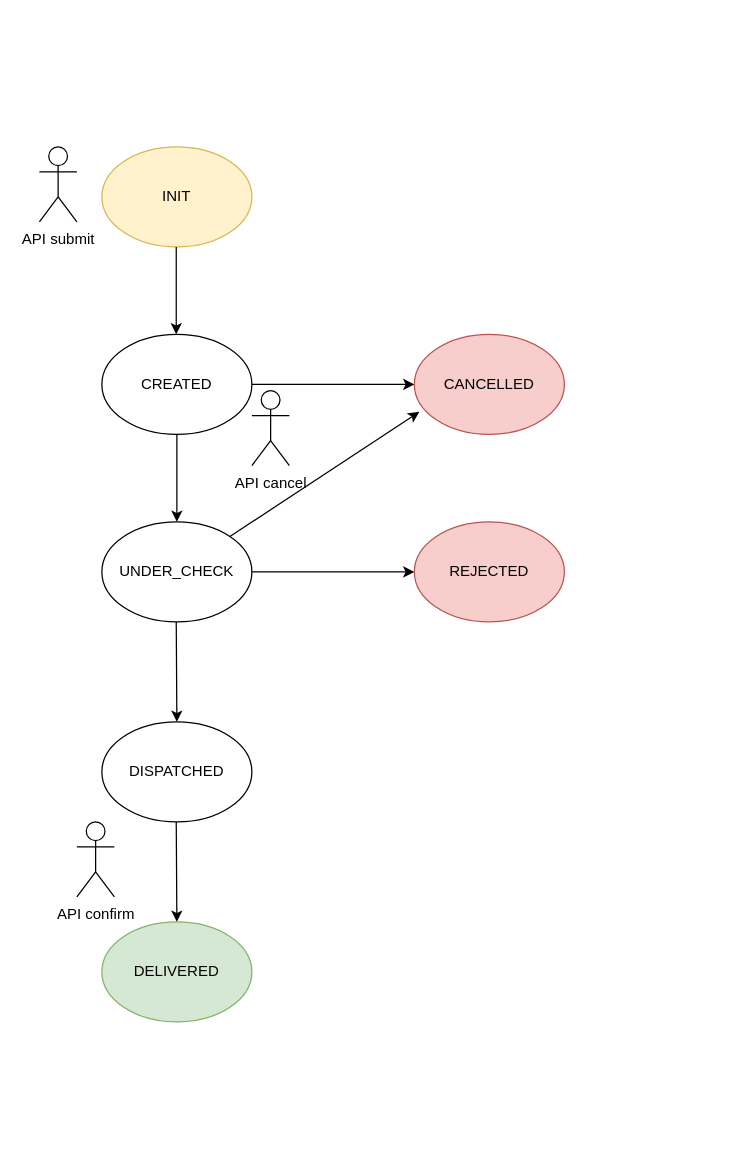
This is order_statedrawio.drawio from dcharilas-kc/spring-statemachine-demo, a draw.io file, before an edit. Source tidied: cells renumbered, new cells numbered last; positions are measured from the earlier drawing's top-left corner, leaving out a move shared by most shapes. Both pictures are drawn from the tidied source at 125%, with x=0, y=0 at pixel (39, 146).
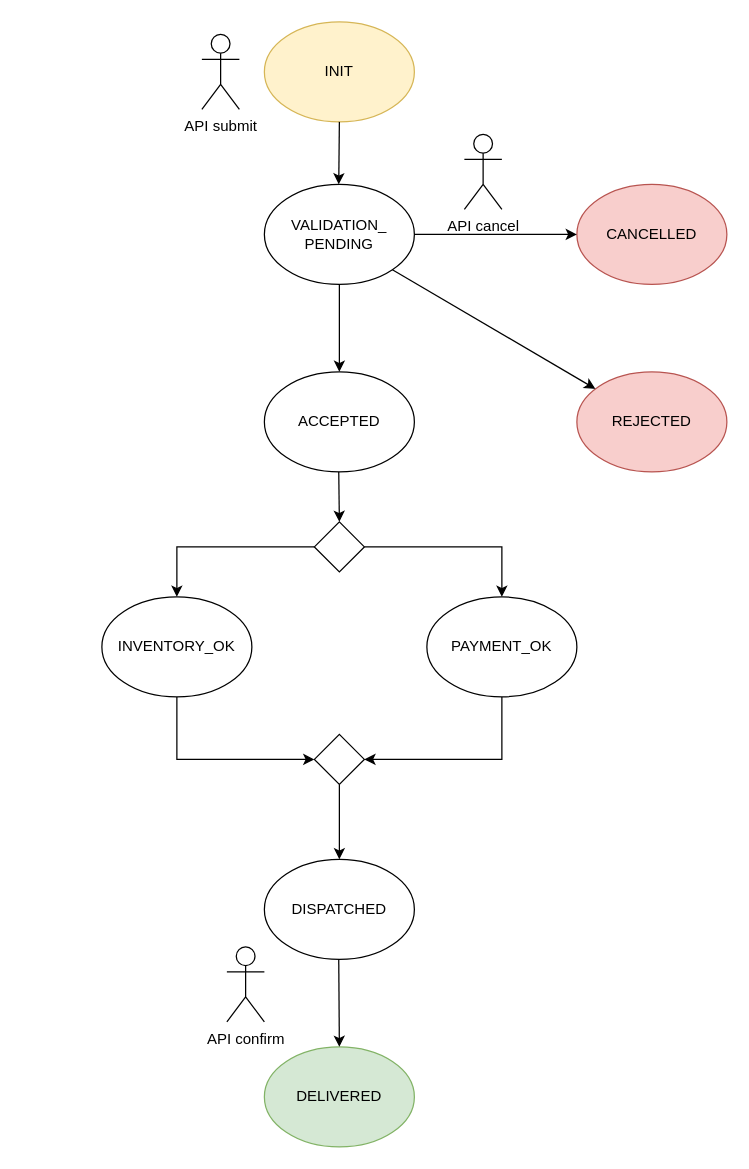
The same diagram, later.

Commit message (it also covers changes not shown here):
Updates readme & state diagram. Updates retry configuration.

Diff of the diagram source:
```diff
@@
-    <mxCell id="2" value="CREATED" style="ellipse;whiteSpace=wrap;html=1;" parent="1" vertex="1">
-      <mxGeometry x="50" y="150" width="120" height="80" as="geometry" />
-    </mxCell>
-    <mxCell id="3" value="UNDER_CHECK" style="ellipse;whiteSpace=wrap;html=1;" parent="1" vertex="1">
-      <mxGeometry x="50" y="300" width="120" height="80" as="geometry" />
-    </mxCell>
+    <mxCell id="19" value="VALIDATION_ PENDING" style="ellipse;whiteSpace=wrap;html=1;" parent="1" vertex="1">
+      <mxGeometry x="180" y="30" width="120" height="80" as="geometry" />
+    </mxCell>
     <mxCell id="4" value="DISPATCHED" style="ellipse;whiteSpace=wrap;html=1;" parent="1" vertex="1">
-      <mxGeometry x="50" y="460" width="120" height="80" as="geometry" />
+      <mxGeometry x="180" y="570" width="120" height="80" as="geometry" />
     </mxCell>
     <mxCell id="5" value="CANCELLED" style="ellipse;whiteSpace=wrap;html=1;fillColor=#f8cecc;strokeColor=#b85450;" parent="1" vertex="1">
-      <mxGeometry x="300" y="150" width="120" height="80" as="geometry" />
+      <mxGeometry x="430" y="30" width="120" height="80" as="geometry" />
     </mxCell>
     <mxCell id="6" value="REJECTED" style="ellipse;whiteSpace=wrap;html=1;fillColor=#f8cecc;strokeColor=#b85450;" parent="1" vertex="1">
-      <mxGeometry x="300" y="300" width="120" height="80" as="geometry" />
+      <mxGeometry x="430" y="180" width="120" height="80" as="geometry" />
     </mxCell>
     <mxCell id="7" value="DELIVERED" style="ellipse;whiteSpace=wrap;html=1;fillColor=#d5e8d4;strokeColor=#82b366;" parent="1" vertex="1">
-      <mxGeometry x="50" y="620" width="120" height="80" as="geometry" />
+      <mxGeometry x="180" y="720" width="120" height="80" as="geometry" />
     </mxCell>
-    <mxCell id="8" style="endArrow=classic;html=1;rounded=0;exitX=0.5;exitY=1;exitDx=0;exitDy=0;" parent="1" edge="1" source="2" target="3">
-      <mxGeometry relative="1" as="geometry" />
-    </mxCell>
-    <mxCell id="9" style="endArrow=classic;html=1;rounded=0;exitX=0.5;exitY=1;exitDx=0;exitDy=0;entryX=0.5;entryY=0;entryDx=0;entryDy=0;" parent="1" edge="1" target="4">
-      <mxGeometry relative="1" as="geometry">
-        <mxPoint x="109.5" y="380" as="sourcePoint" />
-      </mxGeometry>
-    </mxCell>
-    <mxCell id="10" style="endArrow=classic;html=1;rounded=0;exitX=0.5;exitY=1;exitDx=0;exitDy=0;entryX=0.5;entryY=0;entryDx=0;entryDy=0;" parent="1" edge="1" target="7">
-      <mxGeometry relative="1" as="geometry">
-        <mxPoint x="109.5" y="540" as="sourcePoint" />
-      </mxGeometry>
-    </mxCell>
-    <mxCell id="11" style="endArrow=classic;html=1;rounded=0;exitX=1;exitY=0.5;exitDx=0;exitDy=0;entryX=0;entryY=0.5;entryDx=0;entryDy=0;" parent="1" edge="1" source="3" target="6">
-      <mxGeometry relative="1" as="geometry" />
-    </mxCell>
-    <mxCell id="12" style="endArrow=classic;html=1;rounded=0;exitX=1;exitY=0.5;exitDx=0;exitDy=0;entryX=0;entryY=0.5;entryDx=0;entryDy=0;" parent="1" edge="1" source="2" target="5">
-      <mxGeometry relative="1" as="geometry" />
-    </mxCell>
-    <mxCell id="13" style="endArrow=classic;html=1;rounded=0;exitX=1;exitY=0;exitDx=0;exitDy=0;entryX=0.033;entryY=0.775;entryDx=0;entryDy=0;entryPerimeter=0;" parent="1" edge="1" source="3" target="5">
-      <mxGeometry relative="1" as="geometry" />
-    </mxCell>
-    <mxCell id="14" value="API submit" style="shape=umlActor;verticalLabelPosition=bottom;verticalAlign=top;html=1;" parent="1" vertex="1">
-      <mxGeometry width="30" height="60" as="geometry" />
-    </mxCell>
+    <mxCell id="20" style="endArrow=classic;html=1;rounded=0;exitX=0.5;exitY=1;exitDx=0;exitDy=0;" parent="1" edge="1" source="19">
+      <mxGeometry relative="1" as="geometry">
+        <mxPoint x="240" y="180" as="targetPoint" />
+      </mxGeometry>
+    </mxCell>
+    <mxCell id="21" style="endArrow=classic;html=1;rounded=0;exitX=0.5;exitY=1;exitDx=0;exitDy=0;entryX=0.5;entryY=0;entryDx=0;entryDy=0;" parent="1" edge="1" target="7">
+      <mxGeometry relative="1" as="geometry">
+        <mxPoint x="239.5" y="650" as="sourcePoint" />
+      </mxGeometry>
+    </mxCell>
+    <mxCell id="22" style="endArrow=classic;html=1;rounded=0;exitX=1;exitY=1;exitDx=0;exitDy=0;" parent="1" edge="1" source="19" target="6">
+      <mxGeometry relative="1" as="geometry" />
+    </mxCell>
+    <mxCell id="23" style="endArrow=classic;html=1;rounded=0;exitX=1;exitY=0.5;exitDx=0;exitDy=0;entryX=0;entryY=0.5;entryDx=0;entryDy=0;" parent="1" edge="1" source="19" target="5">
+      <mxGeometry relative="1" as="geometry" />
+    </mxCell>
     <mxCell id="15" value="API confirm" style="shape=umlActor;verticalLabelPosition=bottom;verticalAlign=top;html=1;" parent="1" vertex="1">
-      <mxGeometry x="30" y="540" width="30" height="60" as="geometry" />
+      <mxGeometry x="150" y="640" width="30" height="60" as="geometry" />
     </mxCell>
     <mxCell id="16" value="API cancel" style="shape=umlActor;verticalLabelPosition=bottom;verticalAlign=top;html=1;" parent="1" vertex="1">
-      <mxGeometry x="170" y="195" width="30" height="60" as="geometry" />
+      <mxGeometry x="340" y="-10" width="30" height="60" as="geometry" />
     </mxCell>
+    <mxCell id="24" style="rhombus;whiteSpace=wrap;html=1;" parent="1" vertex="1">
+      <mxGeometry x="220" y="300" width="40" height="40" as="geometry" />
+    </mxCell>
+    <mxCell id="25" value="PAYMENT_OK" style="ellipse;whiteSpace=wrap;html=1;" parent="1" vertex="1">
+      <mxGeometry x="310" y="360" width="120" height="80" as="geometry" />
+    </mxCell>
+    <mxCell id="26" style="endArrow=classic;html=1;rounded=0;exitX=0;exitY=0.5;exitDx=0;exitDy=0;entryX=0.5;entryY=0;entryDx=0;entryDy=0;" parent="1" edge="1" source="24">
+      <mxGeometry relative="1" as="geometry">
+        <mxPoint x="110" y="360" as="targetPoint" />
+        <Array as="points">
+          <mxPoint x="110" y="320" />
+        </Array>
+      </mxGeometry>
+    </mxCell>
+    <mxCell id="27" style="endArrow=classic;html=1;rounded=0;exitX=1;exitY=0.5;exitDx=0;exitDy=0;entryX=0.5;entryY=0;entryDx=0;entryDy=0;" parent="1" edge="1" source="24" target="25">
+      <mxGeometry relative="1" as="geometry">
+        <Array as="points">
+          <mxPoint x="370" y="320" />
+        </Array>
+      </mxGeometry>
+    </mxCell>
+    <mxCell id="28" style="endArrow=classic;html=1;rounded=0;exitX=0.5;exitY=1;exitDx=0;exitDy=0;startArrow=none;" parent="1" edge="1">
+      <mxGeometry relative="1" as="geometry">
+        <mxPoint x="240" y="510" as="sourcePoint" />
+        <mxPoint x="240" y="570" as="targetPoint" />
+      </mxGeometry>
+    </mxCell>
+    <mxCell id="14" value="API submit" style="shape=umlActor;verticalLabelPosition=bottom;verticalAlign=top;html=1;" parent="1" vertex="1">
+      <mxGeometry x="130" y="-90" width="30" height="60" as="geometry" />
+    </mxCell>
     <mxCell id="17" value="INIT" style="ellipse;whiteSpace=wrap;html=1;fillColor=#fff2cc;strokeColor=#d6b656;" parent="1" vertex="1">
-      <mxGeometry x="50" width="120" height="80" as="geometry" />
+      <mxGeometry x="180" y="-100" width="120" height="80" as="geometry" />
     </mxCell>
-    <mxCell id="18" style="endArrow=classic;html=1;rounded=0;exitX=0.5;exitY=1;exitDx=0;exitDy=0;" parent="1" edge="1">
-      <mxGeometry relative="1" as="geometry">
-        <mxPoint x="109.5" y="80" as="sourcePoint" />
-        <mxPoint x="109.5" y="150" as="targetPoint" />
-      </mxGeometry>
-    </mxCell>
+    <mxCell id="29" style="endArrow=classic;html=1;rounded=0;" parent="1" edge="1">
+      <mxGeometry relative="1" as="geometry">
+        <mxPoint x="240" y="-20" as="sourcePoint" />
+        <mxPoint x="239.5" y="30" as="targetPoint" />
+      </mxGeometry>
+    </mxCell>
+    <mxCell id="30" value="ACCEPTED" style="ellipse;whiteSpace=wrap;html=1;" parent="1" vertex="1">
+      <mxGeometry x="180" y="180" width="120" height="80" as="geometry" />
+    </mxCell>
+    <mxCell id="31" style="endArrow=classic;html=1;rounded=0;exitX=0.5;exitY=1;exitDx=0;exitDy=0;entryX=0.5;entryY=0;entryDx=0;entryDy=0;" parent="1" edge="1" target="24">
+      <mxGeometry relative="1" as="geometry">
+        <mxPoint x="239.5" y="260" as="sourcePoint" />
+      </mxGeometry>
+    </mxCell>
+    <mxCell id="32" value="INVENTORY_OK" style="ellipse;whiteSpace=wrap;html=1;" parent="1" vertex="1">
+      <mxGeometry x="50" y="360" width="120" height="80" as="geometry" />
+    </mxCell>
+    <mxCell id="33" style="rhombus;whiteSpace=wrap;html=1;" parent="1" vertex="1">
+      <mxGeometry x="220" y="470" width="40" height="40" as="geometry" />
+    </mxCell>
+    <mxCell id="34" style="endArrow=classic;html=1;rounded=0;exitX=0.5;exitY=1;exitDx=0;exitDy=0;entryX=0;entryY=0.5;entryDx=0;entryDy=0;" parent="1" edge="1" source="32" target="33">
+      <mxGeometry relative="1" as="geometry">
+        <Array as="points">
+          <mxPoint x="110" y="490" />
+        </Array>
+      </mxGeometry>
+    </mxCell>
+    <mxCell id="35" style="endArrow=classic;html=1;rounded=0;exitX=0.5;exitY=1;exitDx=0;exitDy=0;entryX=1;entryY=0.5;entryDx=0;entryDy=0;" parent="1" edge="1" source="25" target="33">
+      <mxGeometry relative="1" as="geometry">
+        <Array as="points">
+          <mxPoint x="370" y="490" />
+        </Array>
+      </mxGeometry>
+    </mxCell>
```
